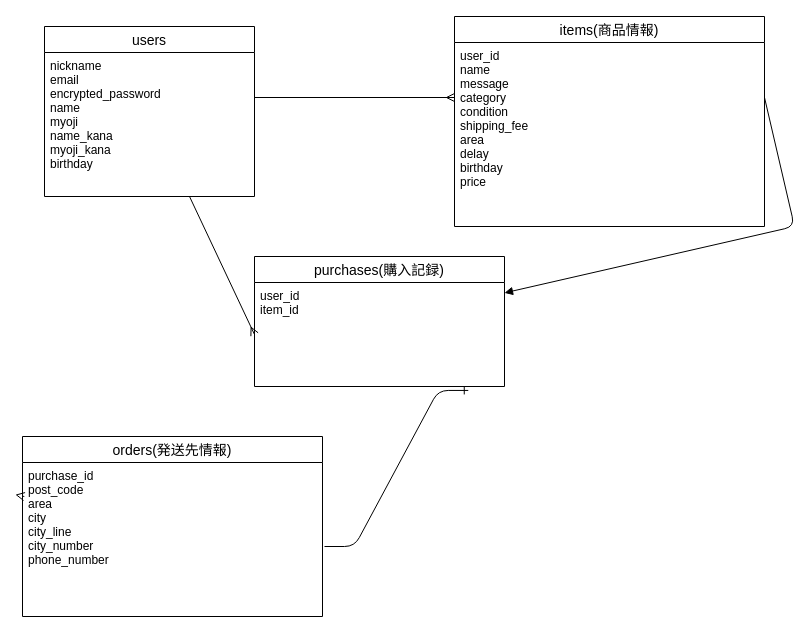
The draw.io diagram app/views/ER.dio in yyudaii/furima-41117, before the edit. Source tidied: cells renumbered, new cells numbered last; positions are measured from the earlier drawing's top-left corner, leaving out a move shared by most shapes. Both pictures are drawn from the tidied source at 100%, with x=0, y=0 at pixel (22, 16).
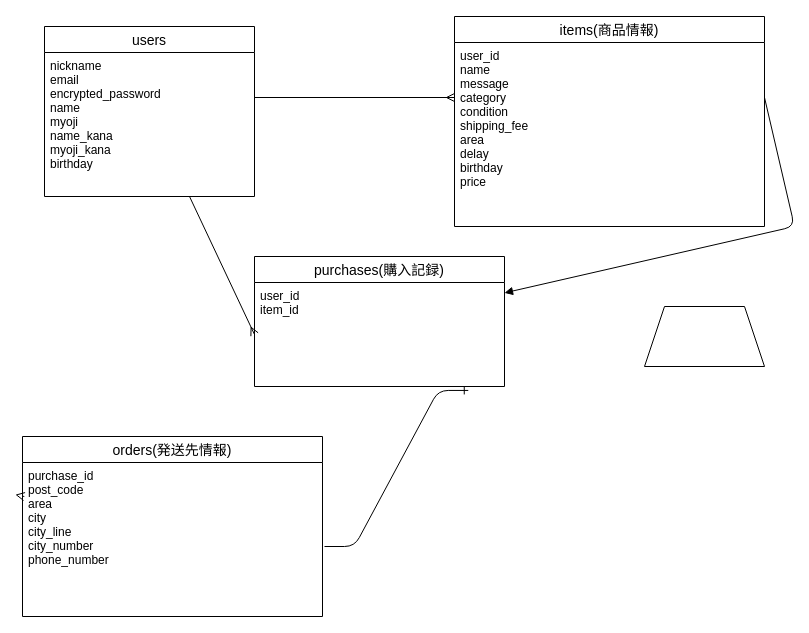
The same page after the edit.

The edit, as a diff of the source:
```diff
@@
+    <mxCell id="17" style="shape=trapezoid;perimeter=trapezoidPerimeter;whiteSpace=wrap;html=1;fixedSize=1;" parent="1" vertex="1">
+      <mxGeometry x="622" y="290" width="120" height="60" as="geometry" />
+    </mxCell>
```
